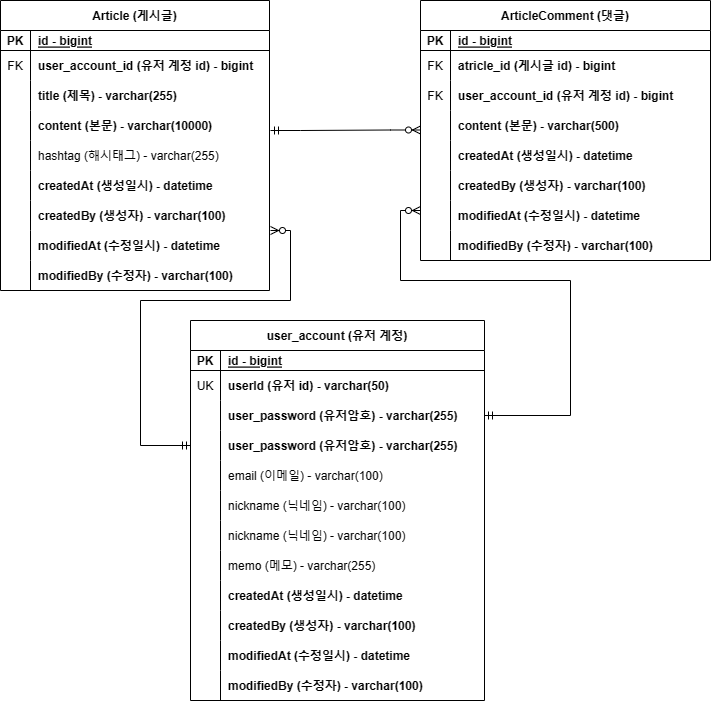
Before: document/project-board-erd.png, a diagram exported from draw.io (Kimminhyeo/project-board). Source tidied: cells renumbered, new cells last; positions are measured from the earlier drawing's top-left corner, leaving out a move shared by most shapes.
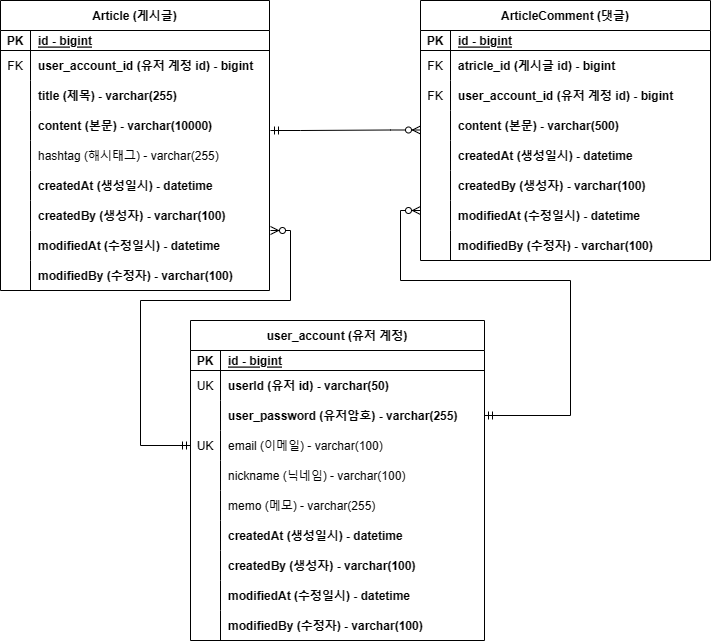
Later version of the same file.

What changed in the source:
```diff
@@ -168,7 +168,7 @@
       </mxGeometry>
     </mxCell>
     <mxCell id="56" value="user_account (유저 계정)" style="shape=table;startSize=30;rowLines=0;fontStyle=1;align=center;" parent="1" vertex="1">
-      <mxGeometry x="190" y="320" width="294" height="380" as="geometry" />
+      <mxGeometry x="190" y="320" width="294" height="320" as="geometry" />
     </mxCell>
     <mxCell id="57" style="shape=tableRow;horizontal=0;startSize=0;swimlaneHead=0;swimlaneBody=0;fillColor=none;top=0;left=0;right=0;bottom=1;" parent="56" vertex="1">
       <mxGeometry y="30" width="294" height="20" as="geometry" />
@@ -197,26 +197,17 @@
     <mxCell id="65" value="user_password (유저암호) - varchar(255)" style="shape=partialRectangle;fillColor=none;top=0;left=0;bottom=0;right=0;align=left;spacingLeft=6;overflow=hidden;fontStyle=1;" parent="63" vertex="1">
       <mxGeometry x="30" width="264" height="30" as="geometry" />
     </mxCell>
-    <mxCell id="66" style="shape=tableRow;horizontal=0;startSize=0;swimlaneHead=0;swimlaneBody=0;fillColor=none;points=[[0,0.5],[1,0.5]];portConstraint=eastwest;top=0;left=0;right=0;bottom=0;" parent="56" vertex="1">
-      <mxGeometry y="110" width="294" height="30" as="geometry" />
-    </mxCell>
-    <mxCell id="67" style="shape=partialRectangle;fillColor=none;top=0;left=0;bottom=0;right=0;overflow=hidden;" parent="66" vertex="1">
-      <mxGeometry width="30" height="30" as="geometry" />
-    </mxCell>
-    <mxCell id="68" value="user_password (유저암호) - varchar(255)" style="shape=partialRectangle;fillColor=none;top=0;left=0;bottom=0;right=0;align=left;spacingLeft=6;overflow=hidden;fontStyle=1;" parent="66" vertex="1">
-      <mxGeometry x="30" width="264" height="30" as="geometry" />
-    </mxCell>
     <mxCell id="69" style="shape=tableRow;horizontal=0;startSize=0;swimlaneHead=0;swimlaneBody=0;fillColor=none;top=0;left=0;right=0;bottom=0;" parent="56" vertex="1">
-      <mxGeometry y="140" width="294" height="30" as="geometry" />
+      <mxGeometry y="110" width="294" height="30" as="geometry" />
     </mxCell>
-    <mxCell id="70" style="shape=partialRectangle;fillColor=none;top=0;left=0;bottom=0;right=0;overflow=hidden;" parent="69" vertex="1">
+    <mxCell id="70" value="UK" style="shape=partialRectangle;fillColor=none;top=0;left=0;bottom=0;right=0;overflow=hidden;" parent="69" vertex="1">
       <mxGeometry width="30" height="30" as="geometry" />
     </mxCell>
     <mxCell id="71" value="email (이메일) - varchar(100)" style="shape=partialRectangle;fillColor=none;top=0;left=0;bottom=0;right=0;align=left;spacingLeft=6;overflow=hidden;" parent="69" vertex="1">
       <mxGeometry x="30" width="264" height="30" as="geometry" />
     </mxCell>
     <mxCell id="72" style="shape=tableRow;horizontal=0;startSize=0;swimlaneHead=0;swimlaneBody=0;fillColor=none;top=0;left=0;right=0;bottom=0;" parent="56" vertex="1">
-      <mxGeometry y="170" width="294" height="30" as="geometry" />
+      <mxGeometry y="140" width="294" height="30" as="geometry" />
     </mxCell>
     <mxCell id="73" style="shape=partialRectangle;fillColor=none;top=0;left=0;bottom=0;right=0;overflow=hidden;" parent="72" vertex="1">
       <mxGeometry width="30" height="30" as="geometry" />
@@ -224,17 +215,8 @@
     <mxCell id="74" value="nickname (닉네임) - varchar(100)" style="shape=partialRectangle;fillColor=none;top=0;left=0;bottom=0;right=0;align=left;spacingLeft=6;overflow=hidden;" parent="72" vertex="1">
       <mxGeometry x="30" width="264" height="30" as="geometry" />
     </mxCell>
-    <mxCell id="75" style="shape=tableRow;horizontal=0;startSize=0;swimlaneHead=0;swimlaneBody=0;fillColor=none;top=0;left=0;right=0;bottom=0;" parent="56" vertex="1">
-      <mxGeometry y="200" width="294" height="30" as="geometry" />
-    </mxCell>
-    <mxCell id="76" style="shape=partialRectangle;fillColor=none;top=0;left=0;bottom=0;right=0;overflow=hidden;" parent="75" vertex="1">
-      <mxGeometry width="30" height="30" as="geometry" />
-    </mxCell>
-    <mxCell id="77" value="nickname (닉네임) - varchar(100)" style="shape=partialRectangle;fillColor=none;top=0;left=0;bottom=0;right=0;align=left;spacingLeft=6;overflow=hidden;" parent="75" vertex="1">
-      <mxGeometry x="30" width="264" height="30" as="geometry" />
-    </mxCell>
     <mxCell id="78" style="shape=tableRow;horizontal=0;startSize=0;swimlaneHead=0;swimlaneBody=0;fillColor=none;top=0;left=0;right=0;bottom=0;" parent="56" vertex="1">
-      <mxGeometry y="230" width="294" height="30" as="geometry" />
+      <mxGeometry y="170" width="294" height="30" as="geometry" />
     </mxCell>
     <mxCell id="79" style="shape=partialRectangle;fillColor=none;top=0;left=0;bottom=0;right=0;overflow=hidden;" parent="78" vertex="1">
       <mxGeometry width="30" height="30" as="geometry" />
@@ -243,7 +225,7 @@
       <mxGeometry x="30" width="264" height="30" as="geometry" />
     </mxCell>
     <mxCell id="81" style="shape=tableRow;horizontal=0;startSize=0;swimlaneHead=0;swimlaneBody=0;fillColor=none;top=0;left=0;right=0;bottom=0;" parent="56" vertex="1">
-      <mxGeometry y="260" width="294" height="30" as="geometry" />
+      <mxGeometry y="200" width="294" height="30" as="geometry" />
     </mxCell>
     <mxCell id="82" style="shape=partialRectangle;fillColor=none;top=0;left=0;bottom=0;right=0;overflow=hidden;" parent="81" vertex="1">
       <mxGeometry width="30" height="30" as="geometry" />
@@ -252,7 +234,7 @@
       <mxGeometry x="30" width="264" height="30" as="geometry" />
     </mxCell>
     <mxCell id="84" style="shape=tableRow;horizontal=0;startSize=0;swimlaneHead=0;swimlaneBody=0;fillColor=none;top=0;left=0;right=0;bottom=0;" parent="56" vertex="1">
-      <mxGeometry y="290" width="294" height="30" as="geometry" />
+      <mxGeometry y="230" width="294" height="30" as="geometry" />
     </mxCell>
     <mxCell id="85" style="shape=partialRectangle;fillColor=none;top=0;left=0;bottom=0;right=0;overflow=hidden;" parent="84" vertex="1">
       <mxGeometry width="30" height="30" as="geometry" />
@@ -261,7 +243,7 @@
       <mxGeometry x="30" width="264" height="30" as="geometry" />
     </mxCell>
     <mxCell id="87" style="shape=tableRow;horizontal=0;startSize=0;swimlaneHead=0;swimlaneBody=0;fillColor=none;top=0;left=0;right=0;bottom=0;" parent="56" vertex="1">
-      <mxGeometry y="320" width="294" height="30" as="geometry" />
+      <mxGeometry y="260" width="294" height="30" as="geometry" />
     </mxCell>
     <mxCell id="88" style="shape=partialRectangle;fillColor=none;top=0;left=0;bottom=0;right=0;overflow=hidden;" parent="87" vertex="1">
       <mxGeometry width="30" height="30" as="geometry" />
@@ -270,7 +252,7 @@
       <mxGeometry x="30" width="264" height="30" as="geometry" />
     </mxCell>
     <mxCell id="90" style="shape=tableRow;horizontal=0;startSize=0;swimlaneHead=0;swimlaneBody=0;fillColor=none;top=0;left=0;right=0;bottom=0;" parent="56" vertex="1">
-      <mxGeometry y="350" width="294" height="30" as="geometry" />
+      <mxGeometry y="290" width="294" height="30" as="geometry" />
     </mxCell>
     <mxCell id="91" style="shape=partialRectangle;fillColor=none;top=0;left=0;bottom=0;right=0;overflow=hidden;" parent="90" vertex="1">
       <mxGeometry width="30" height="30" as="geometry" />
@@ -278,8 +260,9 @@
     <mxCell id="92" value="modifiedBy (수정자) - varchar(100)" style="shape=partialRectangle;fillColor=none;top=0;left=0;bottom=0;right=0;align=left;spacingLeft=6;overflow=hidden;fontStyle=1;" parent="90" vertex="1">
       <mxGeometry x="30" width="264" height="30" as="geometry" />
     </mxCell>
-    <mxCell id="93" style="edgeStyle=orthogonalEdgeStyle;fontSize=12;html=1;endArrow=ERzeroToMany;startArrow=ERmandOne;rounded=0;exitX=0;exitY=0.5;exitDx=0;exitDy=0;" parent="1" edge="1" source="66">
+    <mxCell id="93" style="edgeStyle=orthogonalEdgeStyle;fontSize=12;html=1;endArrow=ERzeroToMany;startArrow=ERmandOne;rounded=0;exitX=0;exitY=0.5;exitDx=0;exitDy=0;" parent="1" edge="1">
       <mxGeometry relative="1" as="geometry">
+        <mxPoint x="190" y="445" as="sourcePoint" />
         <mxPoint x="270" y="230" as="targetPoint" />
         <Array as="points">
           <mxPoint x="140" y="445" />
```
